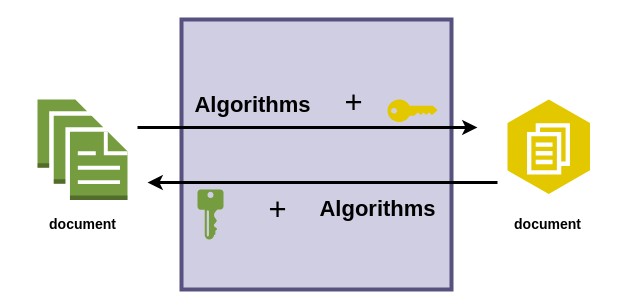
Before: history-of-Crypto.drawio in huyle84/diagrams, a draw.io diagram. Source tidied: cells renumbered, new cells numbered last; positions are measured from the earlier drawing's top-left corner, leaving out a move shared by most shapes. Both pictures are drawn from the tidied source at 100%, with x=0, y=0 at pixel (37, 19).
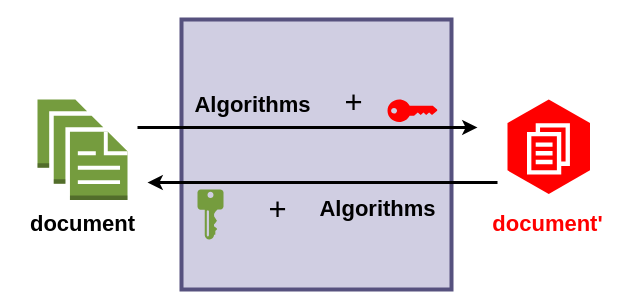
Above is the later version.

What changed in the source:
```diff
@@
 <mxGraphModel>
   <root>
     <mxCell id="0" />
     <mxCell id="1" parent="0" />
     <mxCell id="2" style="whiteSpace=wrap;html=1;fillColor=#d0cee2;strokeColor=#56517e;strokeWidth=4;" parent="1" vertex="1">
       <mxGeometry x="144" width="270" height="270" as="geometry" />
     </mxCell>
     <mxCell id="3" style="dashed=0;verticalLabelPosition=bottom;verticalAlign=top;align=center;html=1;shape=mxgraph.aws3.documents;fillColor=#759C3E;gradientColor=none;" parent="1" vertex="1">
       <mxGeometry y="80" width="90" height="100.5" as="geometry" />
     </mxCell>
     <mxCell id="4" style="endArrow=classic;html=1;rounded=0;strokeWidth=3;" parent="1" edge="1">
       <mxGeometry relative="1" as="geometry">
         <mxPoint x="100" y="108" as="sourcePoint" />
         <mxPoint x="440" y="108" as="targetPoint" />
       </mxGeometry>
     </mxCell>
     <mxCell id="5" style="endArrow=classic;html=1;rounded=0;strokeWidth=3;" parent="1" edge="1">
       <mxGeometry relative="1" as="geometry">
         <mxPoint x="460" y="163" as="sourcePoint" />
         <mxPoint x="110" y="163" as="targetPoint" />
       </mxGeometry>
     </mxCell>
     <mxCell id="6" style="sketch=0;shadow=0;dashed=0;html=1;strokeColor=none;labelPosition=center;verticalLabelPosition=bottom;verticalAlign=top;align=center;fillColor=#759C3E;shape=mxgraph.mscae.enterprise.key_permissions;" parent="1" vertex="1">
       <mxGeometry x="160" y="170" width="26" height="50" as="geometry" />
     </mxCell>
     <mxCell id="7" value="&lt;font style=&quot;font-size: 22px;&quot;&gt;Algorithms&lt;/font&gt;" style="text;html=1;align=center;verticalAlign=middle;strokeColor=none;fillColor=none;fontStyle=1;" parent="1" vertex="1">
       <mxGeometry x="145" y="66" width="140" height="40" as="geometry" />
     </mxCell>
     <mxCell id="8" value="&lt;font style=&quot;font-size: 31px;&quot;&gt;+&lt;/font&gt;" style="text;html=1;align=center;verticalAlign=middle;strokeColor=none;fillColor=none;" parent="1" vertex="1">
       <mxGeometry x="296" y="58" width="40" height="50" as="geometry" />
     </mxCell>
     <mxCell id="9" value="&lt;font style=&quot;font-size: 22px;&quot;&gt;Algorithms&lt;/font&gt;" style="text;html=1;align=center;verticalAlign=middle;strokeColor=none;fillColor=none;fontStyle=1;" parent="1" vertex="1">
       <mxGeometry x="270" y="170" width="140" height="40" as="geometry" />
     </mxCell>
     <mxCell id="10" value="&lt;font style=&quot;font-size: 31px;&quot;&gt;+&lt;/font&gt;" style="text;html=1;align=center;verticalAlign=middle;strokeColor=none;fillColor=none;" parent="1" vertex="1">
       <mxGeometry x="220" y="165" width="40" height="50" as="geometry" />
     </mxCell>
-    <mxCell id="11" style="dashed=0;verticalLabelPosition=bottom;verticalAlign=top;align=center;html=1;shape=mxgraph.aws3.workdocs;fillColor=#E3C800;gradientDirection=north;fontColor=#000000;strokeColor=#B09500;" parent="1" vertex="1">
+    <mxCell id="11" style="dashed=0;verticalLabelPosition=bottom;verticalAlign=top;align=center;html=1;shape=mxgraph.aws3.workdocs;fillColor=#FF0000;gradientDirection=north;fontColor=#000000;strokeColor=#B09500;" parent="1" vertex="1">
       <mxGeometry x="470" y="80" width="82.5" height="94.5" as="geometry" />
     </mxCell>
-    <mxCell id="12" style="verticalLabelPosition=bottom;sketch=0;html=1;verticalAlign=top;align=center;shape=mxgraph.cisco19.key;fillColor=#E3C800;strokeColor=none;" parent="1" vertex="1">
+    <mxCell id="12" style="verticalLabelPosition=bottom;sketch=0;html=1;verticalAlign=top;align=center;shape=mxgraph.cisco19.key;fillColor=#FF0000;strokeColor=none;" parent="1" vertex="1">
       <mxGeometry x="350" y="80" width="50" height="22.5" as="geometry" />
     </mxCell>
-    <mxCell id="13" value="&lt;font style=&quot;font-size: 14px;&quot;&gt;&lt;b&gt;document&lt;/b&gt;&lt;/font&gt;" style="text;html=1;align=center;verticalAlign=middle;strokeColor=none;fillColor=none;" parent="1" vertex="1">
-      <mxGeometry y="190" width="90" height="30" as="geometry" />
+    <mxCell id="13" value="&lt;font size=&quot;1&quot;&gt;&lt;b style=&quot;font-size: 22px;&quot;&gt;document&lt;/b&gt;&lt;/font&gt;" style="text;html=1;align=center;verticalAlign=middle;strokeColor=none;fillColor=none;" parent="1" vertex="1">
+      <mxGeometry x="-20" y="185" width="130" height="40" as="geometry" />
     </mxCell>
-    <mxCell id="14" value="&lt;font style=&quot;font-size: 14px;&quot;&gt;&lt;b&gt;document&lt;/b&gt;&lt;/font&gt;" style="text;html=1;align=center;verticalAlign=middle;strokeColor=none;fillColor=none;" parent="1" vertex="1">
-      <mxGeometry x="465" y="190" width="90" height="30" as="geometry" />
+    <mxCell id="14" value="&lt;font size=&quot;1&quot; color=&quot;#ff0000&quot;&gt;&lt;b style=&quot;font-size: 22px;&quot;&gt;document'&lt;/b&gt;&lt;/font&gt;" style="text;html=1;align=center;verticalAlign=middle;strokeColor=none;fillColor=none;" parent="1" vertex="1">
+      <mxGeometry x="445" y="185" width="130" height="40" as="geometry" />
     </mxCell>
   </root>
 </mxGraphModel>
```
